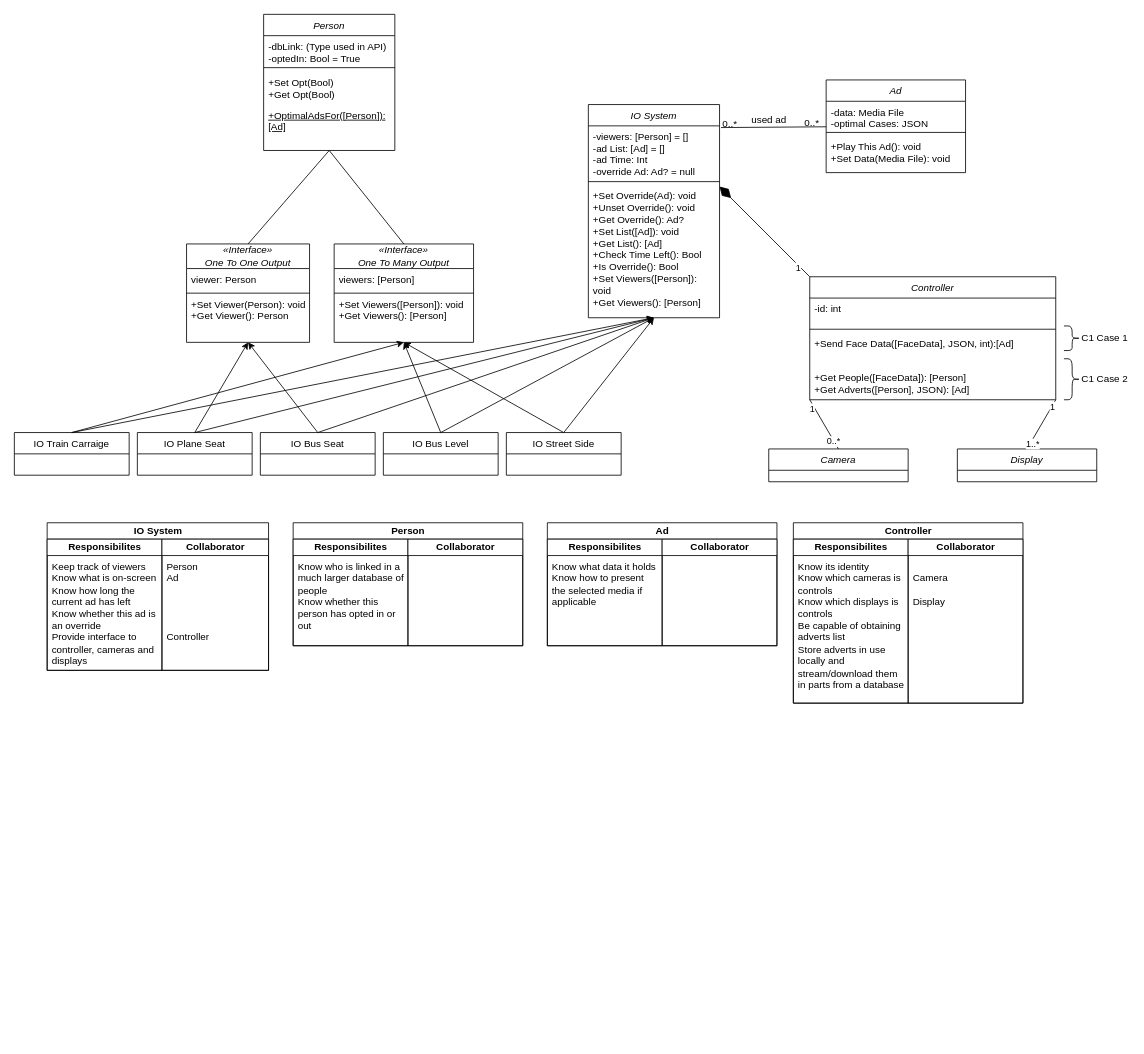
This is page "Page-1" (1 of 2) of class-diagram.drawio from pseud0n/sepp-diagrams, a draw.io file, before an edit. Source tidied: cells renumbered, new cells numbered last; positions are measured from the earlier drawing's top-left corner, leaving out a move shared by most shapes. Both pictures are drawn from the tidied source at 82%, with x=0, y=0 at pixel (14, 14).
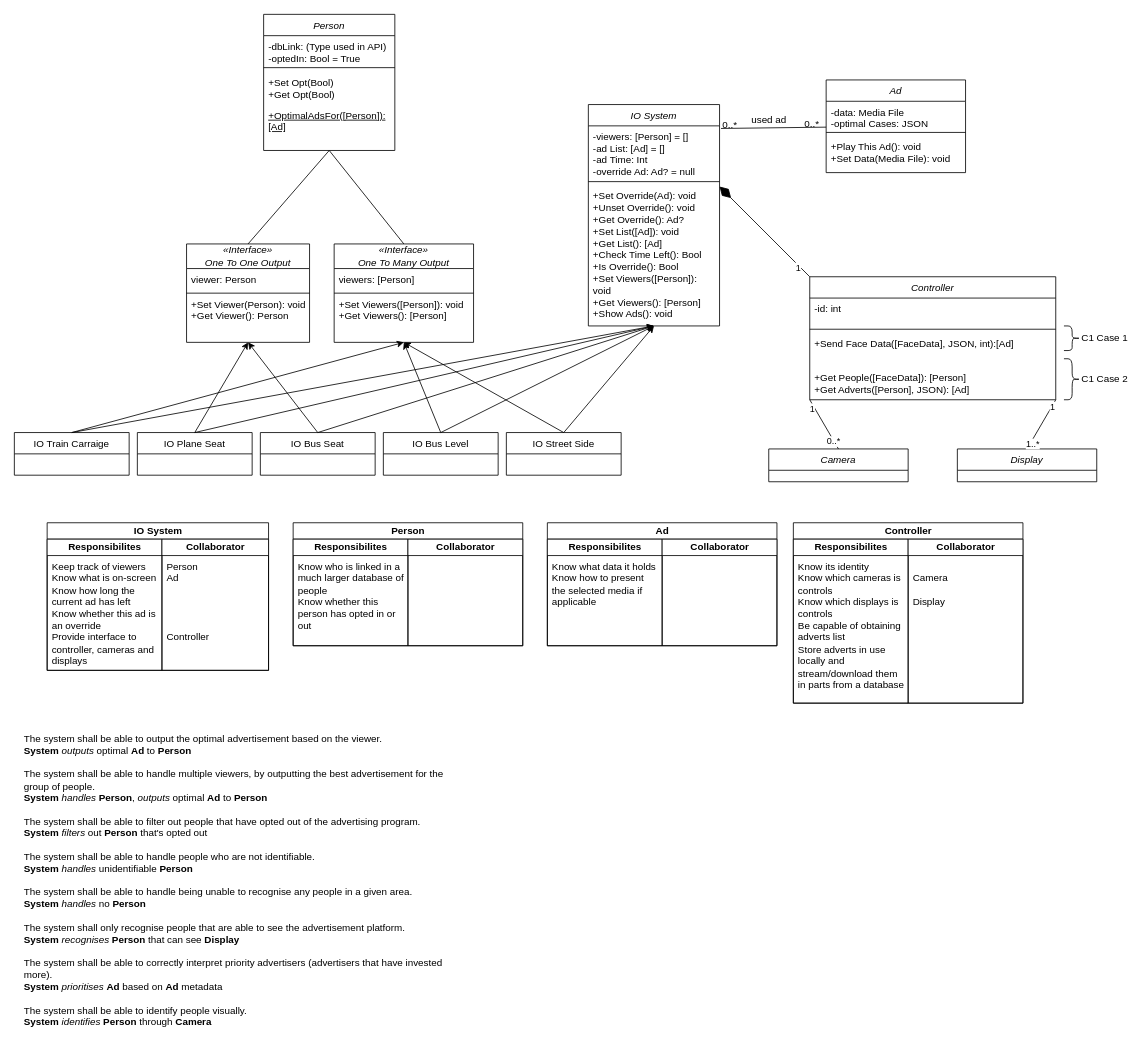
The same page after the edit.

Unchanged cells that the change refers to:
```xml
<mxCell id="36" value="IO Train Carraige" style="swimlane;fontStyle=0;horizontal=1;startSize=26;fillColor=none;" parent="1" vertex="1">
  <mxGeometry y="510" width="140" height="52" as="geometry" />
</mxCell>
<mxCell id="37" value="IO Plane Seat" style="swimlane;fontStyle=0;horizontal=1;startSize=26;fillColor=none;" parent="1" vertex="1">
  <mxGeometry x="150" y="510" width="140" height="52" as="geometry" />
</mxCell>
<mxCell id="39" value="IO Bus Level" style="swimlane;fontStyle=0;horizontal=1;startSize=26;fillColor=none;" parent="1" vertex="1">
  <mxGeometry x="450" y="510" width="140" height="52" as="geometry" />
</mxCell>
<mxCell id="40" value="IO Street Side" style="swimlane;fontStyle=0;horizontal=1;startSize=26;fillColor=none;" parent="1" vertex="1">
  <mxGeometry x="600" y="510" width="140" height="52" as="geometry" />
</mxCell>
```

Change to the diagram source:
```diff
@@
     <mxCell id="2" value="IO System" style="swimlane;fontStyle=2;align=center;verticalAlign=top;horizontal=1;startSize=26;rounded=0;shadow=0;strokeWidth=1;" parent="1" vertex="1">
-      <mxGeometry x="700" y="110" width="160" height="260" as="geometry" />
+      <mxGeometry x="700" y="110" width="160" height="270" as="geometry" />
     </mxCell>
@@
-    <mxCell id="5" value="+Set Override(Ad): void&lt;br&gt;&lt;div&gt;+Unset Override(): void&lt;/div&gt;&lt;div&gt;+Get Override(): Ad?&lt;br&gt;&lt;/div&gt;&lt;div&gt;+Set List([Ad]): void&lt;/div&gt;&lt;div&gt;+Get List(): [Ad]&lt;/div&gt;&lt;div&gt;+Check Time Left(): Bool&lt;/div&gt;&lt;div&gt;+Is Override(): Bool&lt;/div&gt;&lt;div&gt;&lt;div&gt;+Set Viewers([Person]): void&lt;/div&gt;+Get Viewers(): [Person]&lt;/div&gt;" style="text;html=1;strokeColor=none;fillColor=none;align=left;verticalAlign=top;whiteSpace=wrap;rounded=0;spacingLeft=4;spacingRight=4;" parent="2" vertex="1">
-      <mxGeometry y="98" width="160" height="162" as="geometry" />
+    <mxCell id="5" value="+Set Override(Ad): void&lt;br&gt;&lt;div&gt;+Unset Override(): void&lt;/div&gt;&lt;div&gt;+Get Override(): Ad?&lt;br&gt;&lt;/div&gt;&lt;div&gt;+Set List([Ad]): void&lt;/div&gt;&lt;div&gt;+Get List(): [Ad]&lt;/div&gt;&lt;div&gt;+Check Time Left(): Bool&lt;/div&gt;&lt;div&gt;+Is Override(): Bool&lt;/div&gt;&lt;div&gt;&lt;div&gt;+Set Viewers([Person]): void&lt;/div&gt;+Get Viewers(): [Person]&lt;/div&gt;&lt;div&gt;+Show Ads(): void&lt;br&gt;&lt;/div&gt;" style="text;html=1;strokeColor=none;fillColor=none;align=left;verticalAlign=top;whiteSpace=wrap;rounded=0;spacingLeft=4;spacingRight=4;" parent="2" vertex="1">
+      <mxGeometry y="98" width="160" height="172" as="geometry" />
     </mxCell>
@@
-    <mxCell id="46" style="endArrow=classic;html=1;rounded=0;exitX=0.5;exitY=0;exitDx=0;exitDy=0;entryX=0.5;entryY=1;entryDx=0;entryDy=0;" parent="1" edge="1" source="40" target="5">
+    <mxCell id="46" style="endArrow=classic;html=1;rounded=0;exitX=0.5;exitY=0;exitDx=0;exitDy=0;entryX=0.5;entryY=1;entryDx=0;entryDy=0;" parent="1" edge="1" source="40" target="2">
       <mxGeometry relative="1" as="geometry" />
     </mxCell>
-    <mxCell id="47" style="endArrow=classic;html=1;rounded=0;exitX=0.5;exitY=0;exitDx=0;exitDy=0;entryX=0.5;entryY=1;entryDx=0;entryDy=0;" parent="1" edge="1" source="39" target="5">
+    <mxCell id="47" style="endArrow=classic;html=1;rounded=0;exitX=0.5;exitY=0;exitDx=0;exitDy=0;entryX=0.5;entryY=1;entryDx=0;entryDy=0;" parent="1" edge="1" source="39" target="2">
       <mxGeometry relative="1" as="geometry" />
     </mxCell>
@@
-    <mxCell id="49" style="endArrow=classic;html=1;rounded=0;exitX=0.5;exitY=0;exitDx=0;exitDy=0;" parent="1" edge="1" source="37">
-      <mxGeometry relative="1" as="geometry">
-        <mxPoint x="780" y="370" as="targetPoint" />
-      </mxGeometry>
+    <mxCell id="49" style="endArrow=classic;html=1;rounded=0;exitX=0.5;exitY=0;exitDx=0;exitDy=0;entryX=0.5;entryY=1;entryDx=0;entryDy=0;" parent="1" edge="1" source="37" target="2">
+      <mxGeometry relative="1" as="geometry" />
     </mxCell>
-    <mxCell id="50" style="endArrow=classic;html=1;rounded=0;exitX=0.5;exitY=0;exitDx=0;exitDy=0;" parent="1" edge="1" source="36">
-      <mxGeometry relative="1" as="geometry">
-        <mxPoint x="780" y="370" as="targetPoint" />
-      </mxGeometry>
+    <mxCell id="50" style="endArrow=classic;html=1;rounded=0;exitX=0.5;exitY=0;exitDx=0;exitDy=0;entryX=0.5;entryY=1;entryDx=0;entryDy=0;" parent="1" edge="1" source="36" target="2">
+      <mxGeometry relative="1" as="geometry" />
     </mxCell>
@@
+    <mxCell id="82" value="The system shall be able to output the optimal advertisement based on the viewer.&lt;br&gt;&lt;b&gt;System&lt;/b&gt; &lt;i&gt;outputs&lt;/i&gt; optimal &lt;b&gt;Ad&lt;/b&gt; to &lt;b&gt;Person&lt;/b&gt;&lt;br&gt;&lt;br&gt;The system shall be able to handle multiple viewers, by outputting the best advertisement for the group of people.&lt;br&gt;&lt;b&gt;System&lt;/b&gt; &lt;i&gt;handles&lt;/i&gt; &lt;b&gt;Person&lt;/b&gt;, &lt;i&gt;outputs&lt;/i&gt; optimal &lt;b&gt;Ad&lt;/b&gt; to &lt;b&gt;Person&lt;/b&gt;&lt;br&gt;&lt;br&gt;The system shall be able to filter out people that have opted out of the advertising program.&lt;br&gt;&lt;b&gt;System&lt;/b&gt; &lt;i&gt;filters&lt;/i&gt; out &lt;b&gt;Person&lt;/b&gt; that's opted out&lt;br&gt;&lt;br&gt;The system shall be able to handle people who are not identifiable.&lt;br&gt;&lt;b&gt;System&lt;/b&gt; &lt;i&gt;handles&lt;/i&gt; unidentifiable &lt;b&gt;Person&lt;/b&gt;&lt;br&gt;&lt;br&gt;The system shall be able to handle being unable to recognise any people in a given area.&lt;br&gt;&lt;b&gt;System&lt;/b&gt; &lt;i&gt;handles&lt;/i&gt; no &lt;b&gt;Person&lt;/b&gt;&lt;br&gt;&lt;br&gt;The system shall only recognise people that are able to see the advertisement platform.&lt;br&gt;&lt;b&gt;System&lt;/b&gt; &lt;i&gt;recognises&lt;/i&gt; &lt;b&gt;Person&lt;/b&gt; that can see &lt;b&gt;Display&lt;/b&gt;&lt;br&gt;&lt;br&gt;The system shall be able to correctly interpret priority advertisers (advertisers that have invested more).&lt;br&gt;&lt;b&gt;System&lt;/b&gt; &lt;i&gt;prioritises&lt;/i&gt; &lt;b&gt;Ad&lt;/b&gt; based on &lt;b&gt;Ad&lt;/b&gt; metadata&lt;br&gt;&lt;br&gt;&lt;div&gt;The system shall be able to identify people visually.&lt;/div&gt;&lt;div&gt;&lt;b&gt;System &lt;/b&gt;&lt;i&gt;identifies &lt;/i&gt;&lt;b&gt;Person &lt;/b&gt;through &lt;b&gt;Camera&lt;/b&gt;&lt;br&gt;&lt;/div&gt;" style="text;html=1;strokeColor=none;fillColor=none;align=left;verticalAlign=top;whiteSpace=wrap;rounded=0;" parent="1" vertex="1">
+      <mxGeometry x="10" y="870" width="520" height="380" as="geometry" />
+    </mxCell>
```
